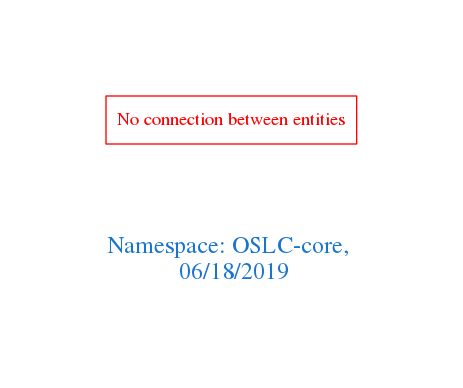
This is downloads/OSLC-core.png from arago/OGIT, a Graphviz export, as it was before one commit. Its source is kept beside it as downloads/OSLC-core.dot.
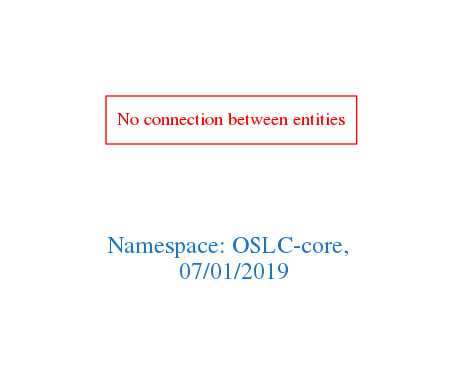
After the commit.

Diff of the diagram source:
```diff
@@ -1,7 +1,7 @@
 digraph OGIT_ontology {
  graph [ rankdir= LR,pad=1
 fontsize = 18,
-fontcolor= dodgerblue3,label = "\n\n\nNamespace: OSLC-core, \n 06/18/2019"];
+fontcolor= dodgerblue3,label = "\n\n\nNamespace: OSLC-core, \n 07/01/2019"];
 node[shape=polygon];
 edge [  color="gray81"];
 
```
